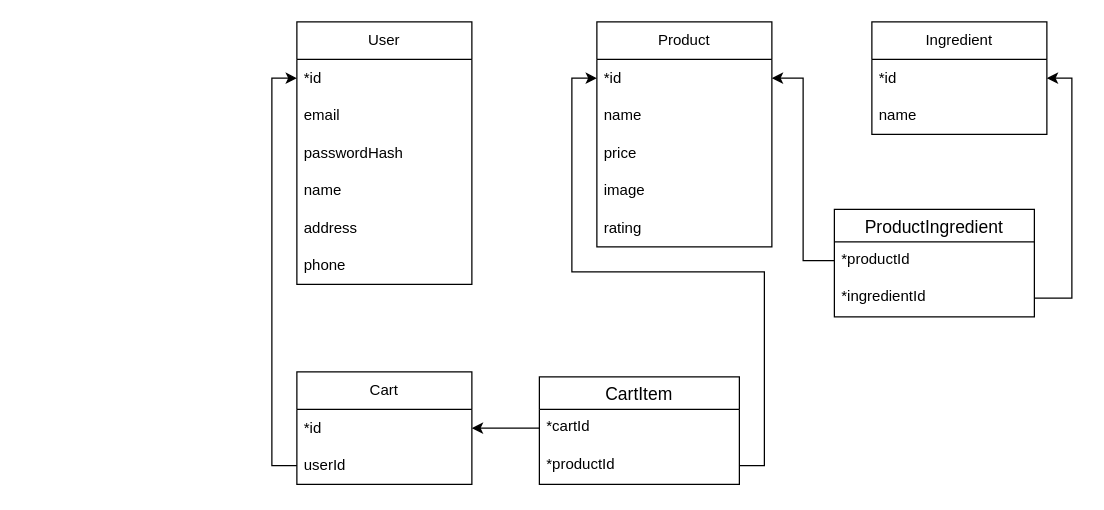
Above: page "Страница — 2" (2 of 2) of database.drawio in fevoritos/kentucky-baked-pizza (draw.io), before the change. Source tidied: cells renumbered, new cells numbered last; positions are measured from the earlier drawing's top-left corner, leaving out a move shared by most shapes. Both pictures are drawn from the tidied source at 125%, with x=0, y=0 at pixel (296, 21).
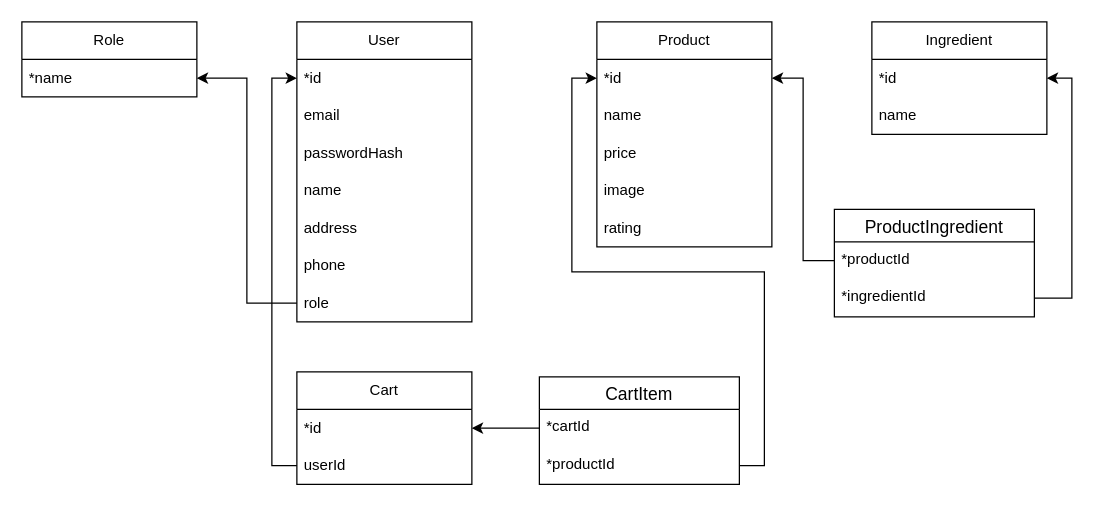
Above is the later version.

Change to the diagram source:
```diff
@@
     <mxCell id="2" value="User" style="swimlane;fontStyle=0;horizontal=1;startSize=30;whiteSpace=wrap;html=1;shadow=0;" parent="1" vertex="1">
-      <mxGeometry width="140" height="210" as="geometry" />
+      <mxGeometry width="140" height="240" as="geometry" />
     </mxCell>
@@
+    <mxCell id="32" value="role" style="text;strokeColor=none;fillColor=none;align=left;verticalAlign=middle;spacingLeft=4;spacingRight=4;overflow=hidden;points=[[0,0.5],[1,0.5]];portConstraint=eastwest;whiteSpace=wrap;html=1;" parent="2" vertex="1">
+      <mxGeometry y="210" width="140" height="30" as="geometry" />
+    </mxCell>
@@
+    <mxCell id="33" value="Role" style="swimlane;fontStyle=0;horizontal=1;startSize=30;whiteSpace=wrap;html=1;" parent="1" vertex="1">
+      <mxGeometry x="-220" width="140" height="60" as="geometry" />
+    </mxCell>
+    <mxCell id="34" value="*name" style="text;strokeColor=none;fillColor=none;align=left;verticalAlign=middle;spacingLeft=4;spacingRight=4;overflow=hidden;points=[[0,0.5],[1,0.5]];portConstraint=eastwest;whiteSpace=wrap;html=1;" parent="33" vertex="1">
+      <mxGeometry y="30" width="140" height="30" as="geometry" />
+    </mxCell>
+    <mxCell id="35" style="edgeStyle=orthogonalEdgeStyle;rounded=0;jettySize=auto;html=1;entryX=1;entryY=0.5;entryDx=0;entryDy=0;" parent="1" edge="1" source="32" target="34">
+      <mxGeometry relative="1" as="geometry" />
+    </mxCell>
```
